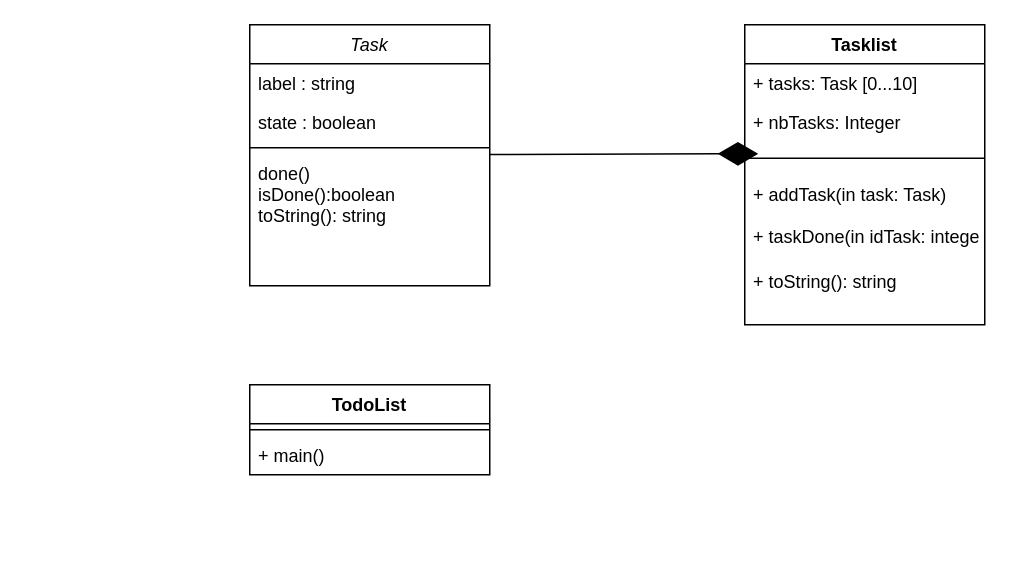
Earlier version of the draw.io diagram src/main/resources/Untitled Diagram.drawio (MatthieuGit/TodoListApp). Source tidied: cells renumbered, new cells numbered last; positions are measured from the earlier drawing's top-left corner, leaving out a move shared by most shapes. Both pictures are drawn from the tidied source at 150%, with x=0, y=0 at pixel (249, 24).
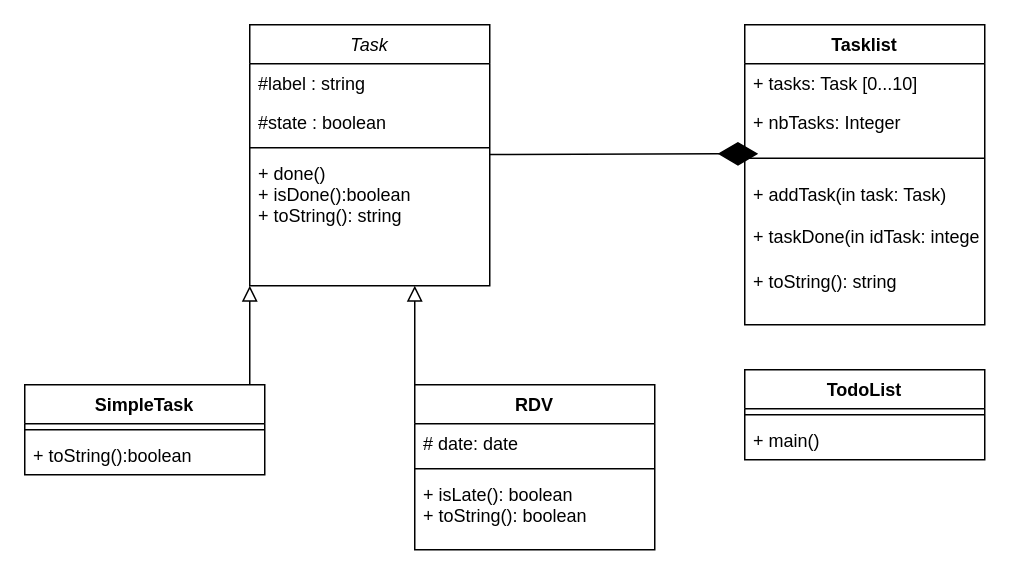
The same page after the edit.

The change refers to these unchanged cells:
```xml
<mxCell id="2" value="Task" style="swimlane;fontStyle=2;align=center;verticalAlign=top;horizontal=1;startSize=26;rounded=0;shadow=0;strokeWidth=1;" parent="1" vertex="1">
  <mxGeometry width="160" height="174" as="geometry" />
</mxCell>
```

Diff of the diagram source:
```diff
@@
-    <mxCell id="3" value="label : string" style="text;align=left;verticalAlign=top;spacingLeft=4;spacingRight=4;overflow=hidden;" parent="2" vertex="1">
+    <mxCell id="3" value="#label : string" style="text;align=left;verticalAlign=top;spacingLeft=4;spacingRight=4;overflow=hidden;" parent="2" vertex="1">
       <mxGeometry y="26" width="160" height="26" as="geometry" />
     </mxCell>
-    <mxCell id="4" value="state : boolean" style="text;align=left;verticalAlign=top;spacingLeft=4;spacingRight=4;overflow=hidden;rounded=0;shadow=0;html=0;" parent="2" vertex="1">
+    <mxCell id="4" value="#state : boolean" style="text;align=left;verticalAlign=top;spacingLeft=4;spacingRight=4;overflow=hidden;rounded=0;shadow=0;html=0;" parent="2" vertex="1">
       <mxGeometry y="52" width="160" height="26" as="geometry" />
     </mxCell>
@@
-    <mxCell id="6" value="done()&#10;isDone():boolean&#10;toString(): string" style="text;align=left;verticalAlign=top;spacingLeft=4;spacingRight=4;overflow=hidden;" parent="2" vertex="1">
+    <mxCell id="6" value="+ done()&#10;+ isDone():boolean&#10;+ toString(): string" style="text;align=left;verticalAlign=top;spacingLeft=4;spacingRight=4;overflow=hidden;" parent="2" vertex="1">
       <mxGeometry y="86" width="160" height="88" as="geometry" />
     </mxCell>
@@
     <mxCell id="15" value="TodoList" style="swimlane;fontStyle=1;align=center;verticalAlign=top;horizontal=1;startSize=26;" parent="1" vertex="1">
-      <mxGeometry y="240" width="160" height="60" as="geometry" />
+      <mxGeometry x="330" y="230" width="160" height="60" as="geometry" />
     </mxCell>
@@
+    <mxCell id="18" value="SimpleTask" style="swimlane;fontStyle=1;align=center;verticalAlign=top;horizontal=1;startSize=26;" parent="1" vertex="1">
+      <mxGeometry x="-150" y="240" width="160" height="60" as="geometry" />
+    </mxCell>
+    <mxCell id="19" style="line;strokeWidth=1;fillColor=none;align=left;verticalAlign=middle;spacingTop=-1;spacingLeft=3;spacingRight=3;labelPosition=right;" parent="18" vertex="1">
+      <mxGeometry y="26" width="160" height="8" as="geometry" />
+    </mxCell>
+    <mxCell id="20" value="+ toString():boolean" style="text;strokeColor=none;fillColor=none;align=left;verticalAlign=top;spacingLeft=4;spacingRight=4;overflow=hidden;" parent="18" vertex="1">
+      <mxGeometry y="34" width="160" height="26" as="geometry" />
+    </mxCell>
+    <mxCell id="21" value="RDV" style="swimlane;fontStyle=1;align=center;verticalAlign=top;horizontal=1;startSize=26;" parent="1" vertex="1">
+      <mxGeometry x="110" y="240" width="160" height="110" as="geometry" />
+    </mxCell>
+    <mxCell id="22" value="# date: date" style="text;strokeColor=none;fillColor=none;align=left;verticalAlign=top;spacingLeft=4;spacingRight=4;overflow=hidden;" parent="21" vertex="1">
+      <mxGeometry y="26" width="160" height="26" as="geometry" />
+    </mxCell>
+    <mxCell id="23" style="line;strokeWidth=1;fillColor=none;align=left;verticalAlign=middle;spacingTop=-1;spacingLeft=3;spacingRight=3;labelPosition=right;" parent="21" vertex="1">
+      <mxGeometry y="52" width="160" height="8" as="geometry" />
+    </mxCell>
+    <mxCell id="24" value="+ isLate(): boolean&#10;+ toString(): boolean&#10;" style="text;strokeColor=none;fillColor=none;align=left;verticalAlign=top;spacingLeft=4;spacingRight=4;overflow=hidden;" parent="21" vertex="1">
+      <mxGeometry y="60" width="160" height="50" as="geometry" />
+    </mxCell>
+    <mxCell id="25" style="endArrow=block;startArrow=none;endFill=0;startFill=0;endSize=8;html=1;verticalAlign=bottom;labelBackgroundColor=none;rounded=0;" parent="1" edge="1">
+      <mxGeometry relative="1" as="geometry">
+        <mxPoint y="240" as="sourcePoint" />
+        <mxPoint y="174" as="targetPoint" />
+      </mxGeometry>
+    </mxCell>
+    <mxCell id="26" style="endArrow=block;startArrow=none;endFill=0;startFill=0;endSize=8;html=1;verticalAlign=bottom;labelBackgroundColor=none;rounded=0;" parent="1" edge="1">
+      <mxGeometry relative="1" as="geometry">
+        <mxPoint x="110" y="240" as="sourcePoint" />
+        <mxPoint x="110" y="174" as="targetPoint" />
+      </mxGeometry>
+    </mxCell>
```
